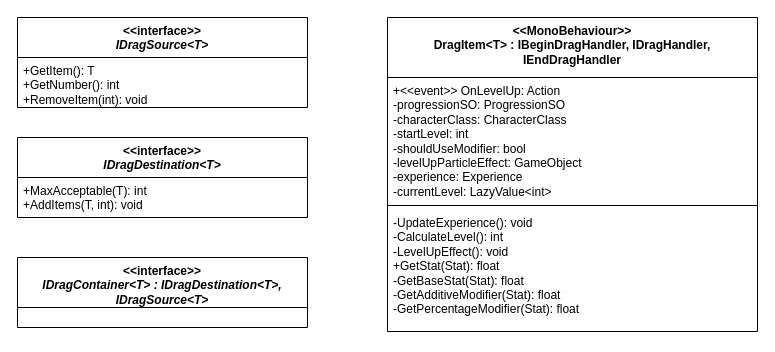
Before: page "Test Page" (12 of 12) of GreenAcademyProject.drawio in KTFox/FoxAdventure, a draw.io diagram. Source tidied: cells renumbered, new cells numbered last; positions are measured from the earlier drawing's top-left corner, leaving out a move shared by most shapes. Both pictures are drawn from the tidied source at 100%, with x=0, y=0 at pixel (17, 17).
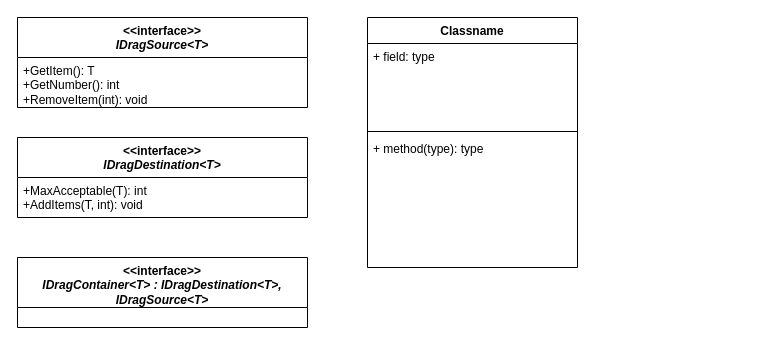
Above is the later version.

Change to the diagram source:
```diff
@@
 <mxGraphModel>
   <root>
     <mxCell id="0" />
     <mxCell id="1" parent="0" />
     <mxCell id="2" value="&amp;lt;&amp;lt;interface&amp;gt;&amp;gt;&lt;br&gt;&lt;i&gt;IDragSource&amp;lt;T&amp;gt;&lt;/i&gt;" style="swimlane;fontStyle=1;align=center;verticalAlign=top;horizontal=1;startSize=40;whiteSpace=wrap;html=1;" parent="1" vertex="1">
       <mxGeometry width="290" height="90" as="geometry" />
     </mxCell>
     <mxCell id="3" value="+GetItem(): T&lt;br&gt;+GetNumber(): int&lt;br&gt;+RemoveItem(int): void" style="text;strokeColor=none;fillColor=none;align=left;verticalAlign=top;spacingLeft=4;spacingRight=4;overflow=hidden;whiteSpace=wrap;html=1;" parent="2" vertex="1">
       <mxGeometry y="40" width="290" height="50" as="geometry" />
     </mxCell>
     <mxCell id="4" value="&amp;lt;&amp;lt;interface&amp;gt;&amp;gt;&lt;br&gt;&lt;i&gt;IDragDestination&amp;lt;T&amp;gt;&lt;/i&gt;" style="swimlane;fontStyle=1;align=center;verticalAlign=top;horizontal=1;startSize=40;whiteSpace=wrap;html=1;" parent="1" vertex="1">
       <mxGeometry y="120" width="290" height="80" as="geometry" />
     </mxCell>
     <mxCell id="5" value="+MaxAcceptable(T): int&lt;br&gt;+AddItems(T, int): void" style="text;strokeColor=none;fillColor=none;align=left;verticalAlign=top;spacingLeft=4;spacingRight=4;overflow=hidden;whiteSpace=wrap;html=1;" parent="4" vertex="1">
       <mxGeometry y="40" width="290" height="40" as="geometry" />
     </mxCell>
     <mxCell id="6" value="&amp;lt;&amp;lt;interface&amp;gt;&amp;gt;&lt;br&gt;&lt;i&gt;IDragContainer&amp;lt;T&amp;gt; : IDragDestination&amp;lt;T&amp;gt;, IDragSource&amp;lt;T&amp;gt;&lt;/i&gt;" style="swimlane;fontStyle=1;align=center;verticalAlign=top;horizontal=1;startSize=50;whiteSpace=wrap;html=1;" parent="1" vertex="1">
       <mxGeometry y="240" width="290" height="70" as="geometry" />
     </mxCell>
-    <mxCell id="7" value="&amp;lt;&amp;lt;MonoBehaviour&amp;gt;&amp;gt;&lt;br&gt;DragItem&amp;lt;T&amp;gt; : IBeginDragHandler, IDragHandler, IEndDragHandler" style="swimlane;fontStyle=1;align=center;verticalAlign=top;horizontal=1;startSize=60;whiteSpace=wrap;html=1;" parent="1" vertex="1">
-      <mxGeometry x="370" width="370" height="314" as="geometry" />
-    </mxCell>
-    <mxCell id="8" value="+&amp;lt;&amp;lt;event&amp;gt;&amp;gt; OnLevelUp: Action&lt;br&gt;-progressionSO: ProgressionSO&lt;br&gt;-characterClass: CharacterClass&lt;br&gt;-startLevel: int&lt;br&gt;-shouldUseModifier: bool&lt;br&gt;-levelUpParticleEffect: GameObject&lt;br&gt;-experience: Experience&lt;br&gt;-currentLevel: LazyValue&amp;lt;int&amp;gt;" style="text;strokeColor=none;fillColor=none;align=left;verticalAlign=top;spacingLeft=4;spacingRight=4;overflow=hidden;whiteSpace=wrap;html=1;" parent="7" vertex="1">
-      <mxGeometry y="60" width="370" height="124" as="geometry" />
-    </mxCell>
-    <mxCell id="9" style="line;strokeWidth=1;fillColor=none;align=left;verticalAlign=middle;spacingTop=-1;spacingLeft=3;spacingRight=3;labelPosition=right;strokeColor=inherit;" parent="7" vertex="1">
-      <mxGeometry y="184" width="370" height="8" as="geometry" />
-    </mxCell>
-    <mxCell id="10" value="-UpdateExperience(): void&lt;br&gt;-CalculateLevel(): int&lt;br&gt;-LevelUpEffect(): void&lt;br&gt;+GetStat(Stat): float&lt;br&gt;-GetBaseStat(Stat): float&lt;br&gt;-GetAdditiveModifier(Stat): float&lt;br&gt;-GetPercentageModifier(Stat): float" style="text;strokeColor=none;fillColor=none;align=left;verticalAlign=top;spacingLeft=4;spacingRight=4;overflow=hidden;whiteSpace=wrap;html=1;" parent="7" vertex="1">
-      <mxGeometry y="192" width="370" height="122" as="geometry" />
-    </mxCell>
+    <mxCell id="11" value="Classname" style="swimlane;fontStyle=1;align=center;verticalAlign=top;horizontal=1;startSize=26;whiteSpace=wrap;html=1;" parent="1" vertex="1">
+      <mxGeometry x="350" width="210" height="250" as="geometry" />
+    </mxCell>
+    <mxCell id="12" value="+ field: type" style="text;strokeColor=none;fillColor=none;align=left;verticalAlign=top;spacingLeft=4;spacingRight=4;overflow=hidden;whiteSpace=wrap;html=1;" parent="11" vertex="1">
+      <mxGeometry y="26" width="210" height="84" as="geometry" />
+    </mxCell>
+    <mxCell id="13" style="line;strokeWidth=1;fillColor=none;align=left;verticalAlign=middle;spacingTop=-1;spacingLeft=3;spacingRight=3;labelPosition=right;strokeColor=inherit;" parent="11" vertex="1">
+      <mxGeometry y="110" width="210" height="8" as="geometry" />
+    </mxCell>
+    <mxCell id="14" value="+ method(type): type" style="text;strokeColor=none;fillColor=none;align=left;verticalAlign=top;spacingLeft=4;spacingRight=4;overflow=hidden;whiteSpace=wrap;html=1;" parent="11" vertex="1">
+      <mxGeometry y="118" width="210" height="132" as="geometry" />
+    </mxCell>
   </root>
 </mxGraphModel>
```
